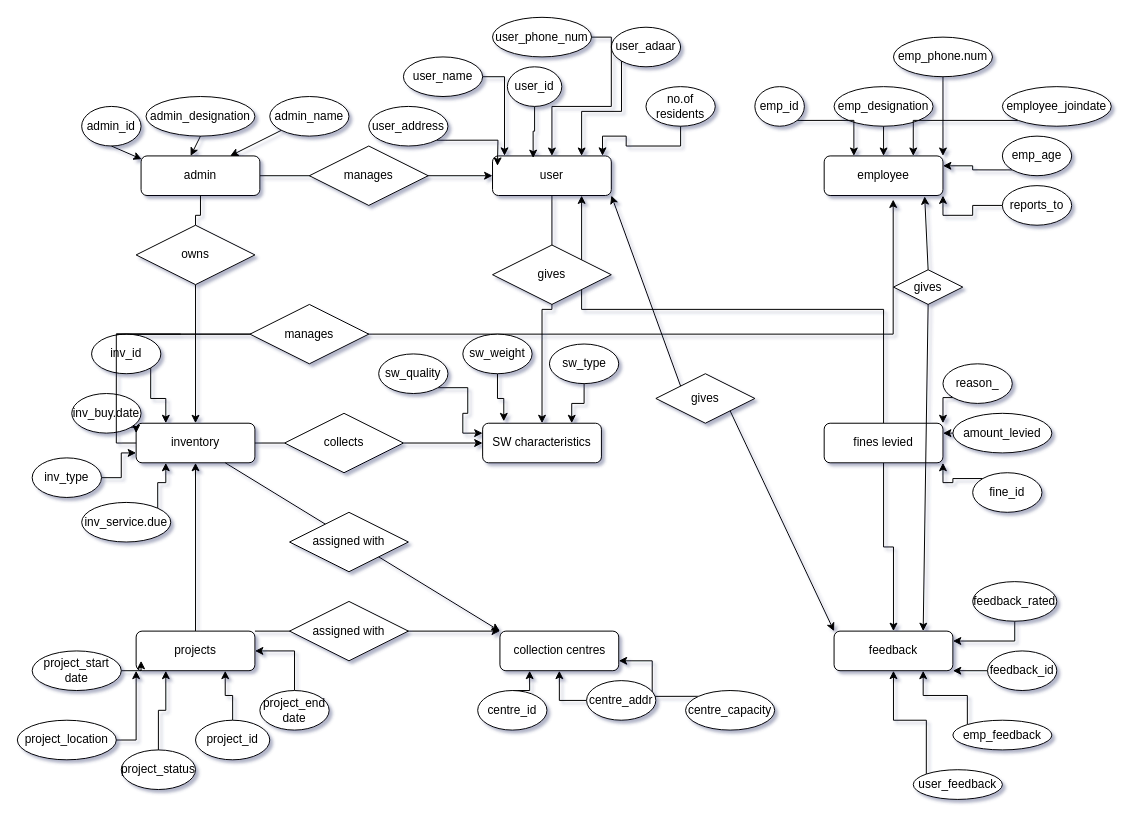
rahulb275/rahulb275 keeps this draw.io diagram as page "Page-1" (1 of 2) of Untitled Diagram.drawio. Above is the earlier version. Source tidied: cells renumbered, new cells numbered last; positions are measured from the earlier drawing's top-left corner, leaving out a move shared by most shapes. Both pictures are drawn from the tidied source at 99%, with x=0, y=0 at pixel (17, 17).
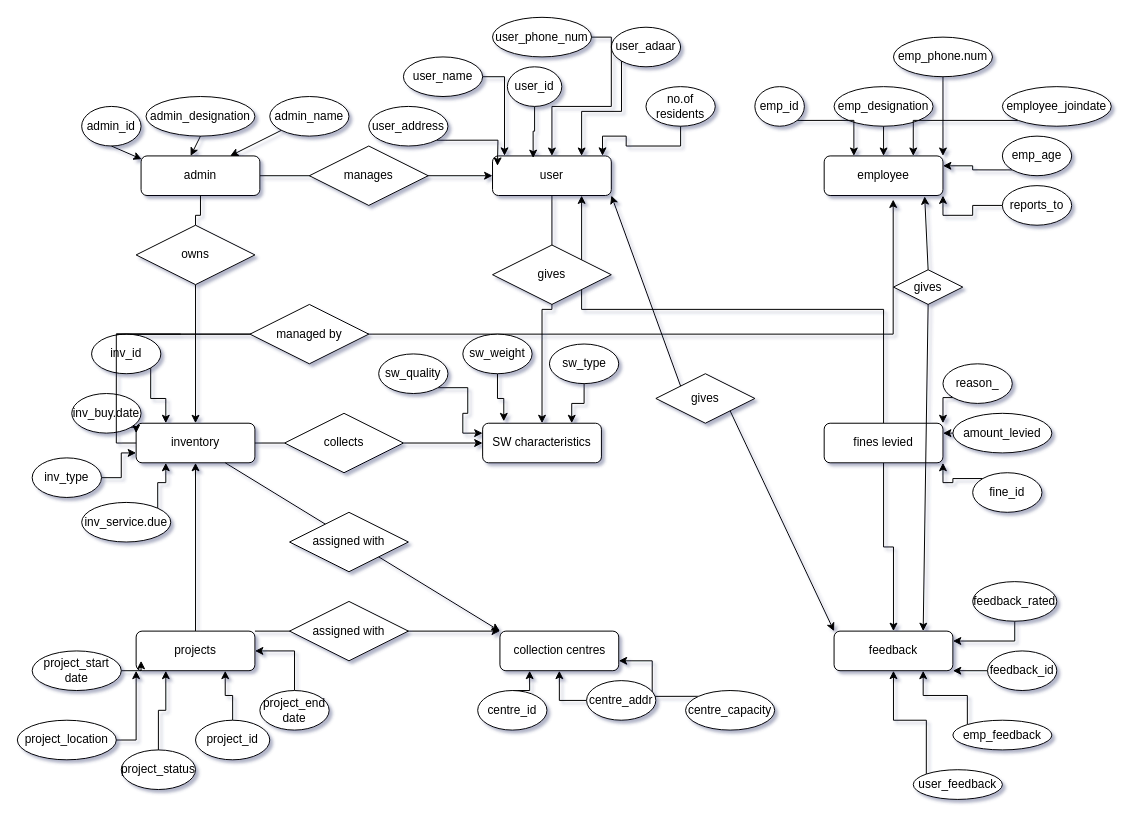
The same diagram, later.

What changed in the source:
```diff
@@
-    <mxCell id="97" value="manages" style="shape=rhombus;perimeter=rhombusPerimeter;whiteSpace=wrap;html=1;align=center;" parent="1" vertex="1">
+    <mxCell id="97" value="managed by" style="shape=rhombus;perimeter=rhombusPerimeter;whiteSpace=wrap;html=1;align=center;" parent="1" vertex="1">
       <mxGeometry x="235" y="290" width="120" height="60" as="geometry" />
     </mxCell>
```
